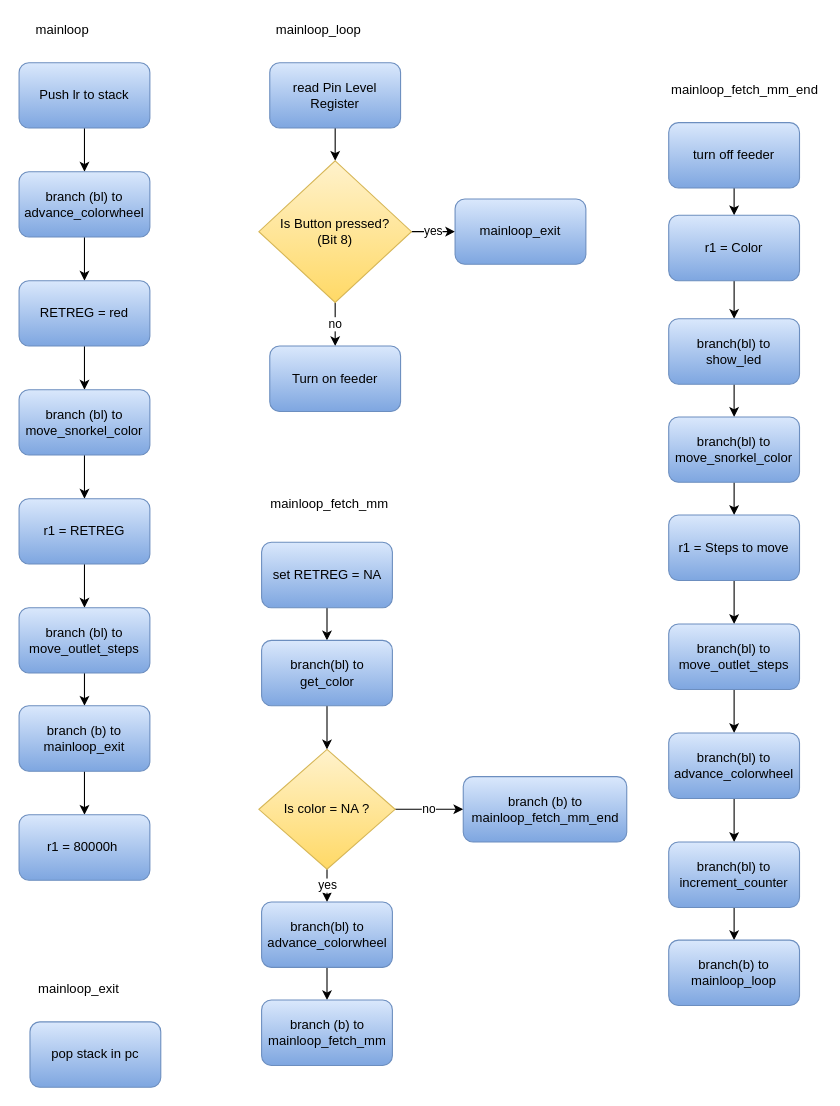
Before: Programmablauf_mainloop.drawio in DerToaster98/SysProgTIT18, a draw.io diagram. Source tidied: cells renumbered, new cells numbered last; positions are measured from the earlier drawing's top-left corner, leaving out a move shared by most shapes. Both pictures are drawn from the tidied source at 109%, with x=0, y=0 at pixel (19, 19).
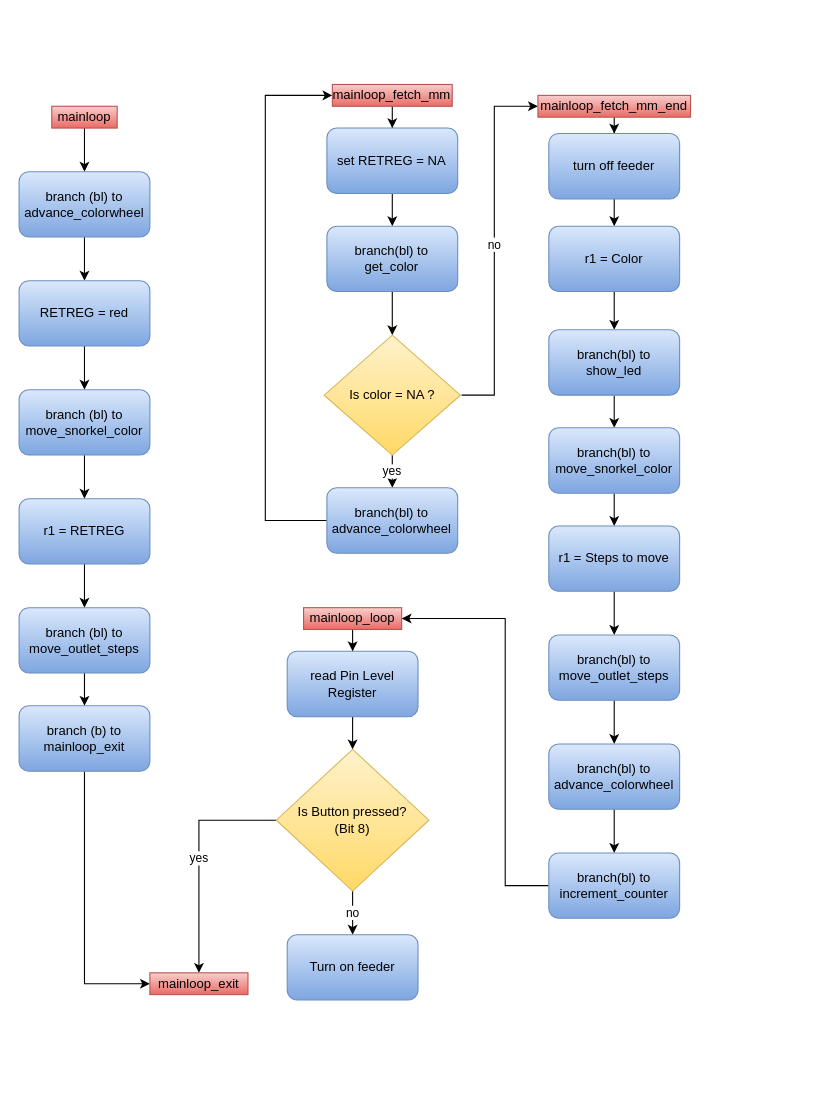
The same diagram, later.

Commit message:
mainloop diagramm

Unchanged cells that the change refers to:
```xml
<mxCell id="5" value="branch (bl) to advance_colorwheel" style="rounded=1;whiteSpace=wrap;html=1;fillColor=#dae8fc;strokeColor=#6c8ebf;gradientColor=#7ea6e0;" parent="1" vertex="1">
  <mxGeometry y="140" width="120" height="60" as="geometry" />
</mxCell>
<mxCell id="15" value="branch (b) to mainloop_exit" style="rounded=1;whiteSpace=wrap;html=1;fillColor=#dae8fc;strokeColor=#6c8ebf;gradientColor=#7ea6e0;" parent="1" vertex="1">
  <mxGeometry y="630" width="120" height="60" as="geometry" />
</mxCell>
```

Diff of the diagram source:
```diff
@@
-    <mxCell id="2" style="edgeStyle=orthogonalEdgeStyle;rounded=0;jettySize=auto;html=1;" parent="1" edge="1" source="3" target="5">
+    <mxCell id="2" style="edgeStyle=orthogonalEdgeStyle;rounded=0;jettySize=auto;html=1;exitX=0.5;exitY=1;exitDx=0;exitDy=0;" parent="1" edge="1" source="17" target="5">
       <mxGeometry relative="1" as="geometry" />
     </mxCell>
-    <mxCell id="3" value="Push lr to stack" style="rounded=1;whiteSpace=wrap;html=1;gradientColor=#7ea6e0;fillColor=#dae8fc;strokeColor=#6c8ebf;" parent="1" vertex="1">
-      <mxGeometry y="40" width="120" height="60" as="geometry" />
-    </mxCell>
@@
-    <mxCell id="14" style="edgeStyle=orthogonalEdgeStyle;rounded=0;jettySize=auto;html=1;" parent="1" edge="1" source="15" target="16">
+    <mxCell id="14" style="edgeStyle=orthogonalEdgeStyle;rounded=0;jettySize=auto;html=1;entryX=0;entryY=0.5;entryDx=0;entryDy=0;" parent="1" edge="1" source="15" target="57">
       <mxGeometry relative="1" as="geometry" />
     </mxCell>
@@
-    <mxCell id="16" value="r1 =&amp;nbsp;&lt;span style=&quot;text-align: left&quot;&gt;80000h&lt;/span&gt;&amp;nbsp;" style="rounded=1;whiteSpace=wrap;html=1;gradientColor=#7ea6e0;fillColor=#dae8fc;strokeColor=#6c8ebf;" parent="1" vertex="1">
-      <mxGeometry y="730" width="120" height="60" as="geometry" />
-    </mxCell>
-    <mxCell id="17" value="mainloop" style="text;html=1;strokeColor=none;fillColor=none;align=center;verticalAlign=middle;whiteSpace=wrap;rounded=0;" parent="1" vertex="1">
-      <mxGeometry x="10" width="60" height="20" as="geometry" />
+    <mxCell id="17" value="mainloop" style="text;html=1;strokeColor=#b85450;fillColor=#f8cecc;align=center;verticalAlign=middle;whiteSpace=wrap;rounded=0;gradientColor=#ea6b66;" parent="1" vertex="1">
+      <mxGeometry x="30" y="80" width="60" height="20" as="geometry" />
     </mxCell>
+    <mxCell id="58" style="edgeStyle=orthogonalEdgeStyle;rounded=0;jettySize=auto;html=1;" parent="1" edge="1" source="18" target="20">
+      <mxGeometry relative="1" as="geometry" />
+    </mxCell>
-    <mxCell id="18" value="mainloop_loop" style="text;html=1;strokeColor=none;fillColor=none;align=center;verticalAlign=middle;whiteSpace=wrap;rounded=0;" parent="1" vertex="1">
-      <mxGeometry x="230" width="90" height="20" as="geometry" />
+    <mxCell id="18" value="mainloop_loop" style="text;html=1;strokeColor=#b85450;fillColor=#f8cecc;align=center;verticalAlign=middle;whiteSpace=wrap;rounded=0;gradientColor=#ea6b66;" parent="1" vertex="1">
+      <mxGeometry x="261" y="540" width="90" height="20" as="geometry" />
     </mxCell>
@@
     <mxCell id="20" value="read Pin Level Register" style="rounded=1;whiteSpace=wrap;html=1;gradientColor=#7ea6e0;fillColor=#dae8fc;strokeColor=#6c8ebf;" parent="1" vertex="1">
-      <mxGeometry x="230" y="40" width="120" height="60" as="geometry" />
+      <mxGeometry x="246" y="580" width="120" height="60" as="geometry" />
     </mxCell>
@@
-    <mxCell id="22" value="yes" style="edgeStyle=orthogonalEdgeStyle;rounded=0;jettySize=auto;html=1;" parent="1" edge="1" source="23" target="24">
-      <mxGeometry relative="1" as="geometry" />
+    <mxCell id="22" value="yes" style="edgeStyle=orthogonalEdgeStyle;rounded=0;jettySize=auto;html=1;entryX=0.5;entryY=0;entryDx=0;entryDy=0;" parent="1" edge="1" source="23" target="57">
+      <mxGeometry relative="1" as="geometry">
+        <Array as="points">
+          <mxPoint x="165" y="735" />
+        </Array>
+      </mxGeometry>
     </mxCell>
     <mxCell id="23" value="Is Button pressed?&lt;br&gt;(Bit 8)" style="rhombus;whiteSpace=wrap;html=1;gradientColor=#ffd966;fillColor=#fff2cc;strokeColor=#d6b656;" parent="1" vertex="1">
-      <mxGeometry x="220" y="130" width="140" height="130" as="geometry" />
+      <mxGeometry x="236" y="670" width="140" height="130" as="geometry" />
     </mxCell>
-    <mxCell id="24" value="mainloop_exit" style="rounded=1;whiteSpace=wrap;html=1;gradientColor=#7ea6e0;fillColor=#dae8fc;strokeColor=#6c8ebf;" parent="1" vertex="1">
-      <mxGeometry x="400" y="165" width="120" height="60" as="geometry" />
-    </mxCell>
     <mxCell id="25" value="Turn on feeder" style="rounded=1;whiteSpace=wrap;html=1;gradientColor=#7ea6e0;fillColor=#dae8fc;strokeColor=#6c8ebf;" parent="1" vertex="1">
-      <mxGeometry x="230" y="300" width="120" height="60" as="geometry" />
+      <mxGeometry x="246" y="840" width="120" height="60" as="geometry" />
     </mxCell>
+    <mxCell id="59" style="edgeStyle=orthogonalEdgeStyle;rounded=0;jettySize=auto;html=1;" parent="1" edge="1" source="26" target="28">
+      <mxGeometry relative="1" as="geometry" />
+    </mxCell>
-    <mxCell id="26" value="mainloop_fetch_mm" style="text;html=1;strokeColor=none;fillColor=none;align=center;verticalAlign=middle;whiteSpace=wrap;rounded=0;" parent="1" vertex="1">
-      <mxGeometry x="230" y="435" width="110" height="20" as="geometry" />
+    <mxCell id="26" value="mainloop_fetch_mm" style="text;html=1;strokeColor=#b85450;fillColor=#f8cecc;align=center;verticalAlign=middle;whiteSpace=wrap;rounded=0;gradientColor=#ea6b66;" parent="1" vertex="1">
+      <mxGeometry x="287.4" y="60" width="110" height="20" as="geometry" />
     </mxCell>
@@
     <mxCell id="28" value="set RETREG = NA" style="rounded=1;whiteSpace=wrap;html=1;gradientColor=#7ea6e0;fillColor=#dae8fc;strokeColor=#6c8ebf;" parent="1" vertex="1">
-      <mxGeometry x="222.5" y="480" width="120" height="60" as="geometry" />
+      <mxGeometry x="282.4" y="100" width="120" height="60" as="geometry" />
     </mxCell>
@@
     <mxCell id="30" value="branch(bl) to&lt;br&gt;get_color" style="rounded=1;whiteSpace=wrap;html=1;gradientColor=#7ea6e0;fillColor=#dae8fc;strokeColor=#6c8ebf;" parent="1" vertex="1">
-      <mxGeometry x="222.5" y="570" width="120" height="60" as="geometry" />
+      <mxGeometry x="282.4" y="190" width="120" height="60" as="geometry" />
     </mxCell>
-    <mxCell id="31" value="no" style="edgeStyle=orthogonalEdgeStyle;rounded=0;jettySize=auto;html=1;" parent="1" edge="1" source="33" target="34">
-      <mxGeometry relative="1" as="geometry" />
+    <mxCell id="31" value="no" style="edgeStyle=orthogonalEdgeStyle;rounded=0;jettySize=auto;html=1;entryX=0;entryY=0.5;entryDx=0;entryDy=0;" parent="1" edge="1" target="38">
+      <mxGeometry relative="1" as="geometry">
+        <mxPoint x="406" y="345" as="sourcePoint" />
+        <Array as="points">
+          <mxPoint x="436" y="345" />
+          <mxPoint x="436" y="80" />
+        </Array>
+      </mxGeometry>
     </mxCell>
@@
     <mxCell id="33" value="Is color = NA ?" style="rhombus;whiteSpace=wrap;html=1;gradientColor=#ffd966;fillColor=#fff2cc;strokeColor=#d6b656;" parent="1" vertex="1">
-      <mxGeometry x="220" y="670" width="125" height="110" as="geometry" />
+      <mxGeometry x="279.9" y="290" width="125" height="110" as="geometry" />
     </mxCell>
-    <mxCell id="34" value="branch (b) to mainloop_fetch_mm_end" style="rounded=1;whiteSpace=wrap;html=1;gradientColor=#7ea6e0;fillColor=#dae8fc;strokeColor=#6c8ebf;" parent="1" vertex="1">
-      <mxGeometry x="407.5" y="695" width="150" height="60" as="geometry" />
-    </mxCell>
-    <mxCell id="35" style="edgeStyle=orthogonalEdgeStyle;rounded=0;jettySize=auto;html=1;" parent="1" edge="1" source="36" target="37">
-      <mxGeometry relative="1" as="geometry" />
+    <mxCell id="35" style="edgeStyle=orthogonalEdgeStyle;rounded=0;jettySize=auto;html=1;entryX=0;entryY=0.5;entryDx=0;entryDy=0;" parent="1" edge="1" source="36" target="26">
+      <mxGeometry relative="1" as="geometry">
+        <Array as="points">
+          <mxPoint x="225.9" y="460" />
+          <mxPoint x="225.9" y="70" />
+        </Array>
+      </mxGeometry>
     </mxCell>
     <mxCell id="36" value="branch(bl) to advance_colorwheel" style="rounded=1;whiteSpace=wrap;html=1;gradientColor=#7ea6e0;fillColor=#dae8fc;strokeColor=#6c8ebf;" parent="1" vertex="1">
-      <mxGeometry x="222.5" y="810" width="120" height="60" as="geometry" />
+      <mxGeometry x="282.4" y="430" width="120" height="60" as="geometry" />
     </mxCell>
-    <mxCell id="37" value="branch (b) to mainloop_fetch_mm" style="rounded=1;whiteSpace=wrap;html=1;gradientColor=#7ea6e0;fillColor=#dae8fc;strokeColor=#6c8ebf;" parent="1" vertex="1">
-      <mxGeometry x="222.5" y="900" width="120" height="60" as="geometry" />
-    </mxCell>
+    <mxCell id="60" style="edgeStyle=orthogonalEdgeStyle;rounded=0;jettySize=auto;html=1;" parent="1" edge="1" source="38" target="40">
+      <mxGeometry relative="1" as="geometry" />
+    </mxCell>
-    <mxCell id="38" value="mainloop_fetch_mm_end" style="text;html=1;strokeColor=none;fillColor=none;align=center;verticalAlign=middle;whiteSpace=wrap;rounded=0;" parent="1" vertex="1">
-      <mxGeometry x="596" y="55" width="140" height="20" as="geometry" />
+    <mxCell id="38" value="mainloop_fetch_mm_end" style="text;html=1;strokeColor=#b85450;fillColor=#f8cecc;align=center;verticalAlign=middle;whiteSpace=wrap;rounded=0;gradientColor=#ea6b66;" parent="1" vertex="1">
+      <mxGeometry x="476" y="70" width="140" height="20" as="geometry" />
     </mxCell>
@@
     <mxCell id="40" value="turn off feeder" style="rounded=1;whiteSpace=wrap;html=1;gradientColor=#7ea6e0;fillColor=#dae8fc;strokeColor=#6c8ebf;" parent="1" vertex="1">
-      <mxGeometry x="596" y="95" width="120" height="60" as="geometry" />
+      <mxGeometry x="486" y="105" width="120" height="60" as="geometry" />
     </mxCell>
@@
     <mxCell id="42" value="r1 = Color" style="rounded=1;whiteSpace=wrap;html=1;gradientColor=#7ea6e0;fillColor=#dae8fc;strokeColor=#6c8ebf;" parent="1" vertex="1">
-      <mxGeometry x="596" y="180" width="120" height="60" as="geometry" />
+      <mxGeometry x="486" y="190" width="120" height="60" as="geometry" />
     </mxCell>
@@
     <mxCell id="44" value="branch(bl) to show_led" style="rounded=1;whiteSpace=wrap;html=1;gradientColor=#7ea6e0;fillColor=#dae8fc;strokeColor=#6c8ebf;" parent="1" vertex="1">
-      <mxGeometry x="596" y="275" width="120" height="60" as="geometry" />
+      <mxGeometry x="486" y="285" width="120" height="60" as="geometry" />
     </mxCell>
@@
     <mxCell id="46" value="branch(bl) to move_snorkel_color" style="rounded=1;whiteSpace=wrap;html=1;gradientColor=#7ea6e0;fillColor=#dae8fc;strokeColor=#6c8ebf;" parent="1" vertex="1">
-      <mxGeometry x="596" y="365" width="120" height="60" as="geometry" />
+      <mxGeometry x="486" y="375" width="120" height="60" as="geometry" />
     </mxCell>
@@
     <mxCell id="48" value="r1 = Steps to move" style="rounded=1;whiteSpace=wrap;html=1;gradientColor=#7ea6e0;fillColor=#dae8fc;strokeColor=#6c8ebf;" parent="1" vertex="1">
-      <mxGeometry x="596" y="455" width="120" height="60" as="geometry" />
+      <mxGeometry x="486" y="465" width="120" height="60" as="geometry" />
     </mxCell>
@@
     <mxCell id="50" value="branch(bl) to move_outlet_steps" style="rounded=1;whiteSpace=wrap;html=1;gradientColor=#7ea6e0;fillColor=#dae8fc;strokeColor=#6c8ebf;" parent="1" vertex="1">
-      <mxGeometry x="596" y="555" width="120" height="60" as="geometry" />
+      <mxGeometry x="486" y="565" width="120" height="60" as="geometry" />
     </mxCell>
@@
     <mxCell id="52" value="branch(bl) to advance_colorwheel" style="rounded=1;whiteSpace=wrap;html=1;gradientColor=#7ea6e0;fillColor=#dae8fc;strokeColor=#6c8ebf;" parent="1" vertex="1">
-      <mxGeometry x="596" y="655" width="120" height="60" as="geometry" />
+      <mxGeometry x="486" y="665" width="120" height="60" as="geometry" />
     </mxCell>
-    <mxCell id="53" style="edgeStyle=orthogonalEdgeStyle;rounded=0;jettySize=auto;html=1;" parent="1" edge="1" source="54" target="55">
-      <mxGeometry relative="1" as="geometry" />
+    <mxCell id="53" style="edgeStyle=orthogonalEdgeStyle;rounded=0;jettySize=auto;html=1;" parent="1" edge="1" source="54">
+      <mxGeometry relative="1" as="geometry">
+        <mxPoint x="351" y="550" as="targetPoint" />
+        <Array as="points">
+          <mxPoint x="446" y="795" />
+          <mxPoint x="446" y="550" />
+          <mxPoint x="351" y="550" />
+        </Array>
+      </mxGeometry>
     </mxCell>
     <mxCell id="54" value="branch(bl) to increment_counter" style="rounded=1;whiteSpace=wrap;html=1;gradientColor=#7ea6e0;fillColor=#dae8fc;strokeColor=#6c8ebf;" parent="1" vertex="1">
-      <mxGeometry x="596" y="755" width="120" height="60" as="geometry" />
+      <mxGeometry x="486" y="765" width="120" height="60" as="geometry" />
     </mxCell>
-    <mxCell id="55" value="branch(b) to mainloop_loop" style="rounded=1;whiteSpace=wrap;html=1;gradientColor=#7ea6e0;fillColor=#dae8fc;strokeColor=#6c8ebf;" parent="1" vertex="1">
-      <mxGeometry x="596" y="845" width="120" height="60" as="geometry" />
-    </mxCell>
-    <mxCell id="56" value="pop stack in pc" style="rounded=1;whiteSpace=wrap;html=1;gradientColor=#7ea6e0;fillColor=#dae8fc;strokeColor=#6c8ebf;" parent="1" vertex="1">
-      <mxGeometry x="10" y="920" width="120" height="60" as="geometry" />
-    </mxCell>
-    <mxCell id="57" value="mainloop_exit" style="text;html=1;strokeColor=none;fillColor=none;align=center;verticalAlign=middle;whiteSpace=wrap;rounded=0;" parent="1" vertex="1">
-      <mxGeometry x="10" y="880" width="90" height="20" as="geometry" />
+    <mxCell id="57" value="mainloop_exit" style="text;html=1;strokeColor=#b85450;fillColor=#f8cecc;align=center;verticalAlign=middle;whiteSpace=wrap;rounded=0;gradientColor=#ea6b66;" parent="1" vertex="1">
+      <mxGeometry x="120" y="875" width="90" height="20" as="geometry" />
     </mxCell>
```
